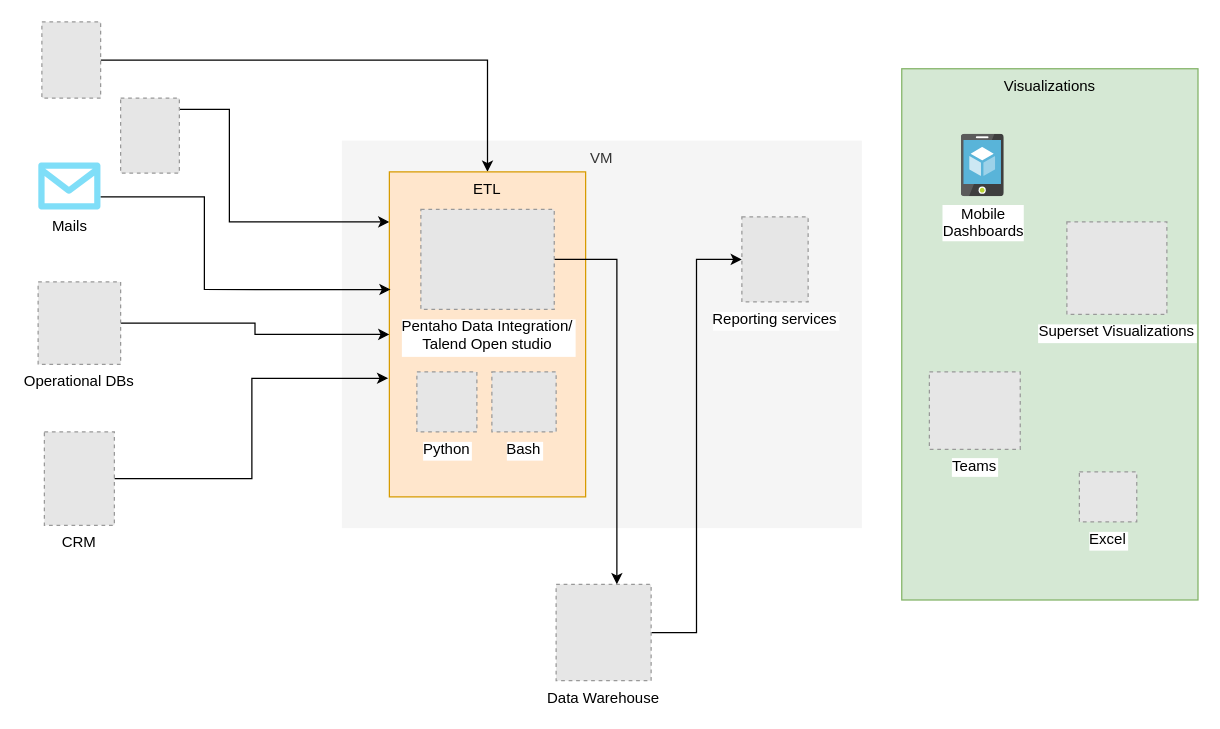
Earlier version of the draw.io diagram Diagramme sans nom.drawio (wisdomtohe/wisdomtohe). Source tidied: cells renumbered, new cells numbered last; positions are measured from the earlier drawing's top-left corner, leaving out a move shared by most shapes. Both pictures are drawn from the tidied source at 125%, with x=0, y=0 at pixel (38, 21). Pictures stored in the file or linked from it are replaced by grey dashed boxes.
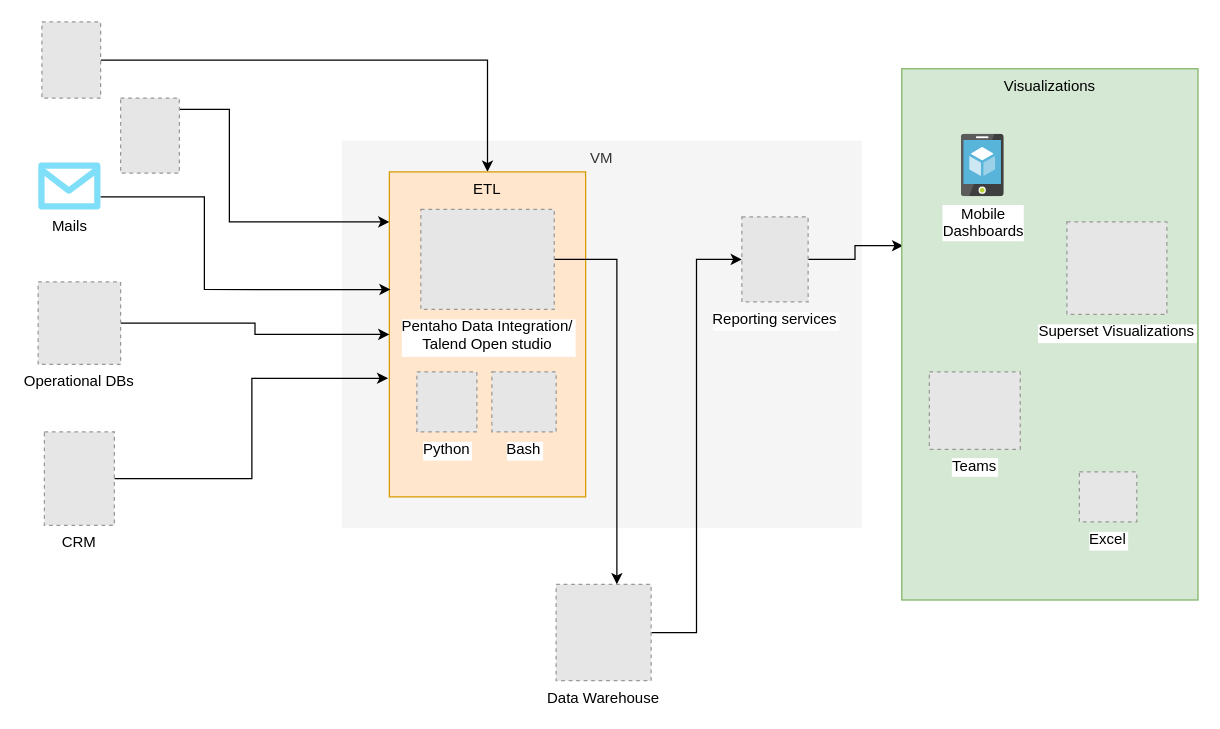
The same page after the edit.

Commit message:
Mettre à jour Diagramme sans nom.drawio

Unchanged cells that the change refers to:
```xml
<mxCell id="7" value="Reporting services" style="fillColor=#E6E6E6;strokeColor=#999999;dashed=1;verticalLabelPosition=bottom;labelBackgroundColor=#ffffff;verticalAlign=top;" parent="1" vertex="1">
  <mxGeometry x="563" y="156" width="53" height="68" as="geometry" />
</mxCell>
<mxCell id="23" value="Visualizations" style="rounded=0;whiteSpace=wrap;html=1;fillColor=#d5e8d4;strokeColor=#82b366;verticalAlign=top;labelBackgroundColor=none;" parent="1" vertex="1">
  <mxGeometry x="690.9" y="37.5" width="237" height="425" as="geometry" />
</mxCell>
```

Change to the diagram source:
```diff
@@
+    <mxCell id="28" style="edgeStyle=orthogonalEdgeStyle;rounded=0;jettySize=auto;html=1;entryX=0.005;entryY=0.333;entryDx=0;entryDy=0;entryPerimeter=0;" parent="1" edge="1" source="7" target="23">
+      <mxGeometry relative="1" as="geometry" />
+    </mxCell>
```
